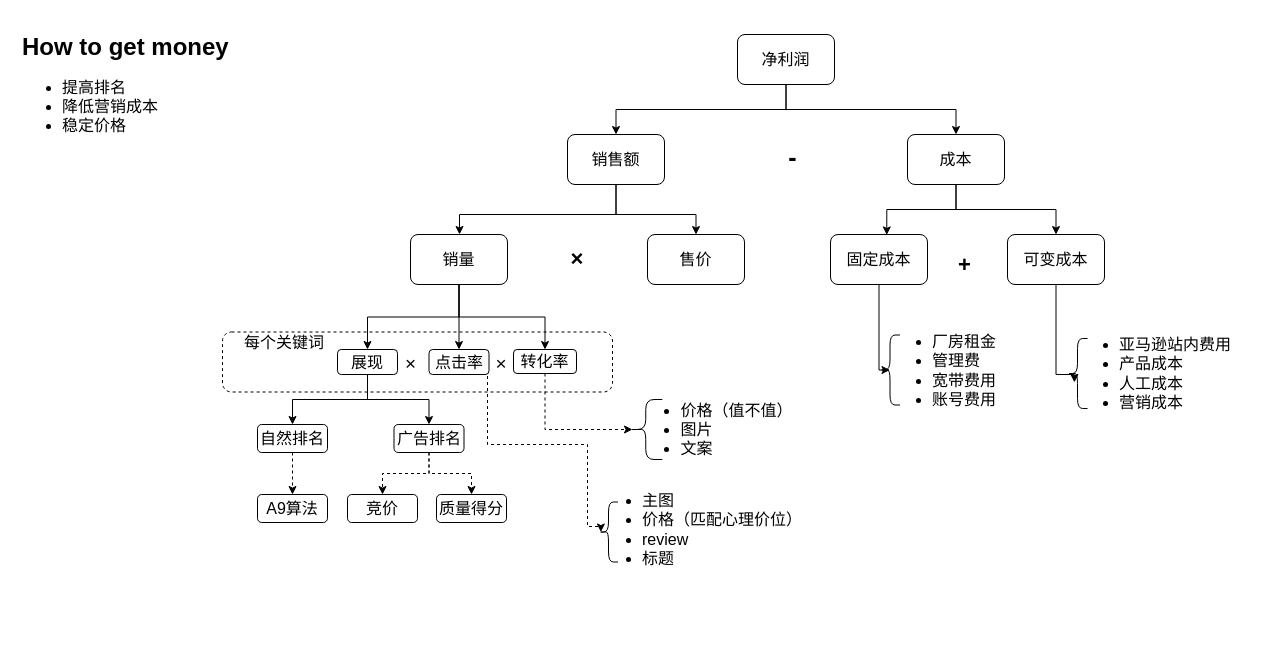
carlsonlau/.github.io keeps this draw.io diagram as page "How to get money" (2 of 4) of 英国站广告分组逻辑.drawio. Above is the earlier version. Source tidied: cells renumbered, new cells numbered last; positions are measured from the earlier drawing's top-left corner, leaving out a move shared by most shapes. Both pictures are drawn from the tidied source at 100%, with x=0, y=0 at pixel (17, 26).
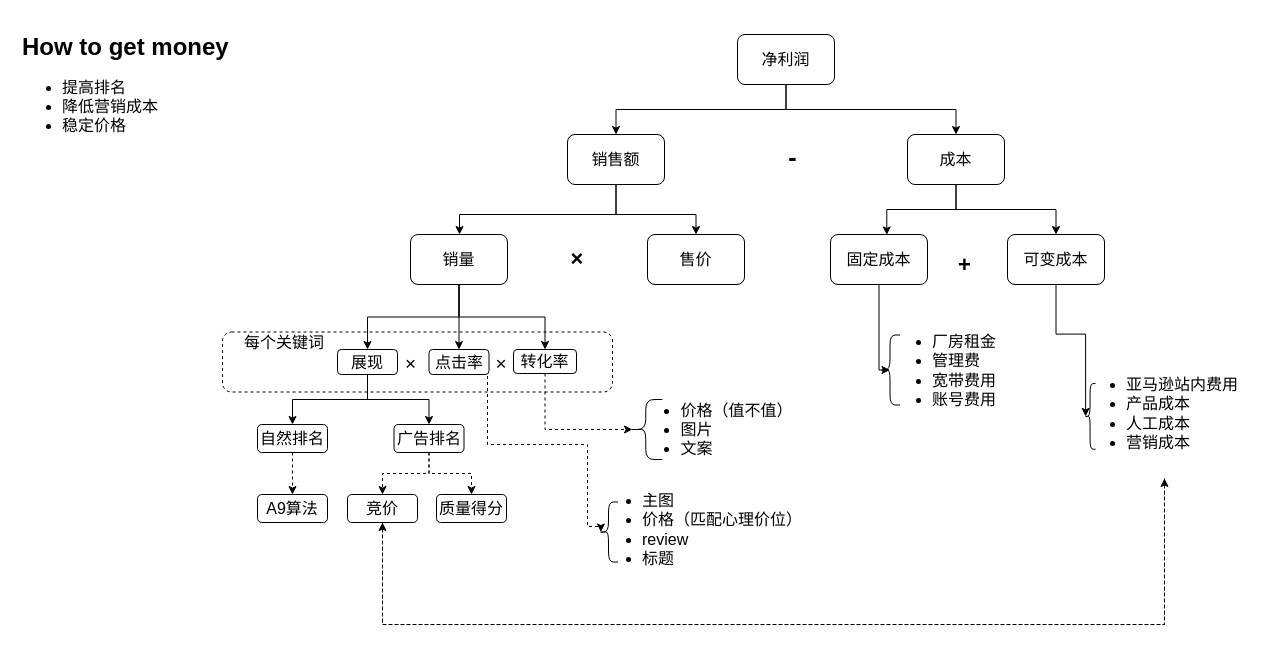
After the change.

Unchanged cells that the change refers to:
```xml
<mxCell id="22" value="竞价" style="rounded=1;whiteSpace=wrap;html=1;fillColor=none;fontSize=16;fontColor=#000000;align=center;" parent="1" vertex="1">
  <mxGeometry x="330" y="468" width="70" height="28" as="geometry" />
</mxCell>
<mxCell id="34" value="可变成本&lt;br&gt;" style="rounded=1;whiteSpace=wrap;html=1;fillColor=none;fontSize=16;fontColor=#000000;align=center;" parent="1" vertex="1">
  <mxGeometry x="990" y="208" width="97" height="50" as="geometry" />
</mxCell>
```

What changed in the source:
```diff
@@
+    <mxCell id="55" style="edgeStyle=orthogonalEdgeStyle;rounded=0;jettySize=auto;html=1;exitX=0.5;exitY=1;exitDx=0;exitDy=0;fontSize=14;dashed=1;strokeColor=#000000;" parent="1" edge="1" source="22" target="44">
+      <mxGeometry relative="1" as="geometry">
+        <Array as="points">
+          <mxPoint x="365" y="598" />
+          <mxPoint x="1147" y="598" />
+        </Array>
+      </mxGeometry>
+    </mxCell>
@@
-    <mxCell id="33" style="edgeStyle=orthogonalEdgeStyle;rounded=0;jettySize=auto;html=1;exitX=0.5;exitY=1;exitDx=0;exitDy=0;entryX=-0.019;entryY=0.578;entryDx=0;entryDy=0;entryPerimeter=0;fontSize=16;fontColor=#000000;" parent="1" edge="1" source="34" target="44">
-      <mxGeometry relative="1" as="geometry">
-        <Array as="points">
-          <mxPoint x="1039" y="348" />
-          <mxPoint x="1057" y="348" />
-        </Array>
-      </mxGeometry>
-    </mxCell>
+    <mxCell id="56" style="edgeStyle=orthogonalEdgeStyle;rounded=0;jettySize=auto;html=1;exitX=0.5;exitY=1;exitDx=0;exitDy=0;entryX=0.1;entryY=0.5;entryDx=0;entryDy=0;entryPerimeter=0;fontSize=14;" parent="1" edge="1" source="34" target="43">
+      <mxGeometry relative="1" as="geometry" />
+    </mxCell>
@@
     <mxCell id="42" style="group;" parent="1" vertex="1">
-      <mxGeometry x="1050" y="289.5" width="172" height="115" as="geometry" />
+      <mxGeometry x="1067" y="336" width="160" height="130" as="geometry" />
     </mxCell>
     <mxCell id="43" style="shape=curlyBracket;whiteSpace=wrap;html=1;rounded=1;fillColor=none;fontSize=16;fontColor=#000000;align=center;" parent="42" vertex="1">
-      <mxGeometry y="22.5" width="20" height="70" as="geometry" />
+      <mxGeometry y="21.1" width="11.1" height="65.6" as="geometry" />
     </mxCell>
     <mxCell id="44" value="&lt;ul&gt;&lt;li&gt;亚马逊站内费用&lt;/li&gt;&lt;li&gt;产品成本&lt;/li&gt;&lt;li&gt;人工成本&lt;/li&gt;&lt;li&gt;营销成本&lt;/li&gt;&lt;/ul&gt;" style="text;strokeColor=none;fillColor=none;html=1;whiteSpace=wrap;verticalAlign=middle;overflow=hidden;fontSize=16;fontColor=#000000;align=left;" parent="42" vertex="1">
-      <mxGeometry x="10" width="162" height="115" as="geometry" />
+      <mxGeometry y="-14" width="160" height="130" as="geometry" />
     </mxCell>
@@
+    <mxCell id="57" style="edgeStyle=orthogonalEdgeStyle;rounded=0;jettySize=auto;html=1;exitX=0.5;exitY=1;exitDx=0;exitDy=0;entryX=0.5;entryY=1;entryDx=0;entryDy=0;dashed=1;strokeColor=#000000;fontSize=14;" parent="1" edge="1" source="44" target="22">
+      <mxGeometry relative="1" as="geometry">
+        <Array as="points">
+          <mxPoint x="1147" y="598" />
+          <mxPoint x="365" y="598" />
+        </Array>
+      </mxGeometry>
+    </mxCell>
```
